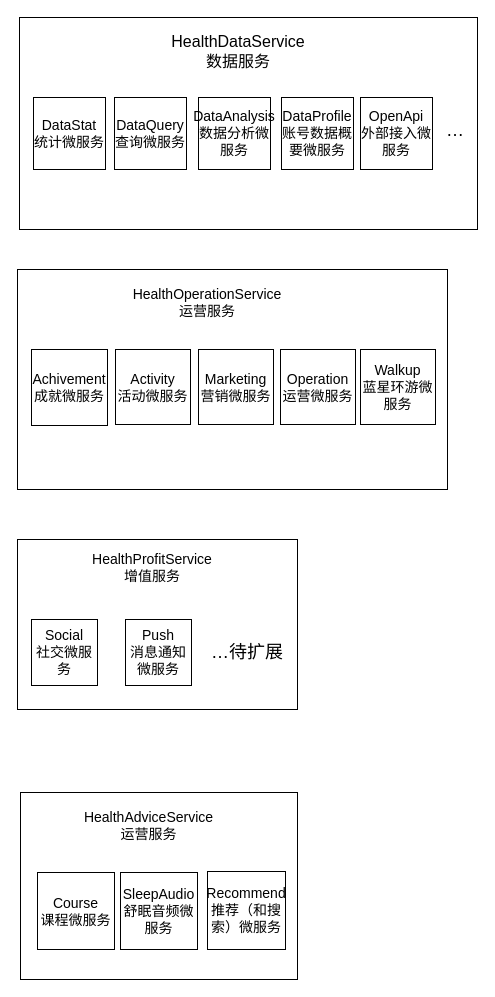
Earlier version of the draw.io diagram 运动健康云1层架构.drawio (HuaHero/interview). Source tidied: cells renumbered, new cells numbered last; positions are measured from the earlier drawing's top-left corner, leaving out a move shared by most shapes. Both pictures are drawn from the tidied source at 100%, with x=0, y=0 at pixel (17, 17).
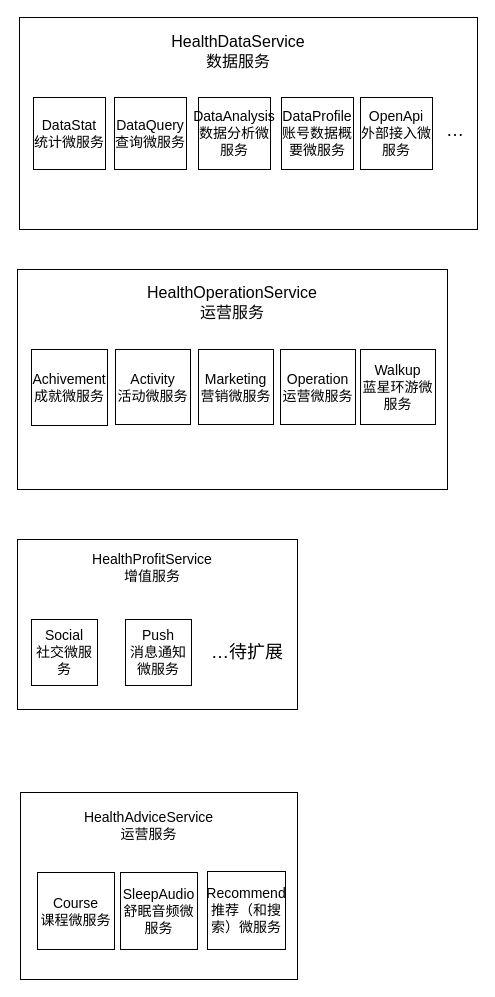
The same diagram, later.

Commit message:
更新运动健康云2层架构.drawio

What changed in the source:
```diff
@@
-    <mxCell id="4" value="HealthOperationService&lt;br style=&quot;border-color: var(--border-color); font-size: 14px;&quot;&gt;运营服务" style="text;html=1;strokeColor=none;fillColor=none;align=center;verticalAlign=middle;whiteSpace=wrap;rounded=0;fontSize=14;" parent="1" vertex="1">
-      <mxGeometry x="20" y="267" width="340" height="35" as="geometry" />
+    <mxCell id="4" value="HealthOperationService&lt;br style=&quot;border-color: var(--border-color); font-size: 16px;&quot;&gt;运营服务" style="text;html=1;strokeColor=none;fillColor=none;align=center;verticalAlign=middle;whiteSpace=wrap;rounded=0;fontSize=16;" parent="1" vertex="1">
+      <mxGeometry x="20" y="267" width="390" height="35" as="geometry" />
     </mxCell>
```
